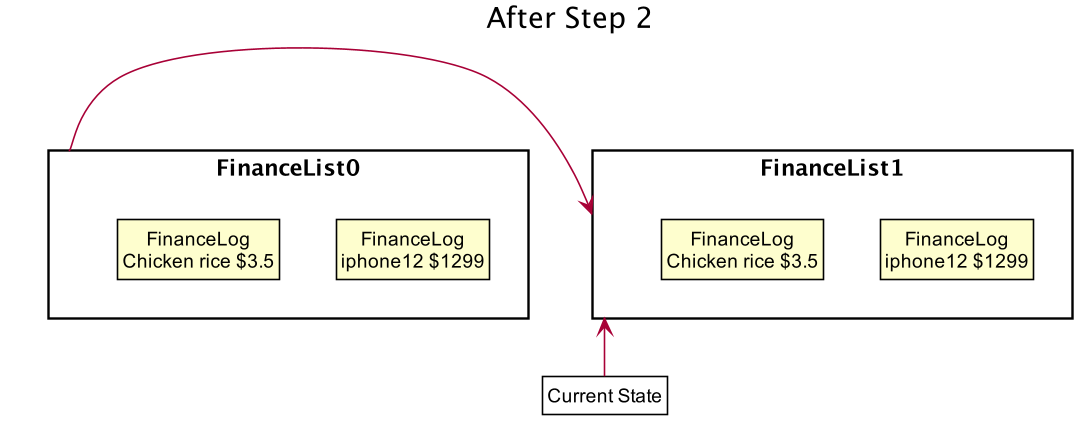
nus-cs2113-AY2021S1/tp keeps this PlantUML diagram as docs/financeDiagramPic/1-2S2.png. Above is the earlier version. Its diagram source:
```plantuml
@startuml





skinparam BackgroundColor #FFFFFFF

skinparam Shadowing false

skinparam Class {
    FontColor #FFFFFF
    BorderThickness 1
    BorderColor #FFFFFF
    StereotypeFontColor #FFFFFF
    FontName Arial
}

skinparam Actor {
    BorderColor #000000
    Color #000000
    FontName Arial
}

skinparam Sequence {
    MessageAlign center
    BoxFontSize 15
    BoxPadding 0
    BoxFontColor #FFFFFF
    FontName Arial
}

skinparam Participant {
    FontColor #FFFFFFF
    Padding 20
}

skinparam MinClassWidth 50
skinparam ParticipantPadding 10
skinparam Shadowing false
skinparam DefaultTextAlignment center
skinparam packageStyle Rectangle

hide footbox
hide members
hide circle
skinparam ClassFontColor #000000
skinparam ClassBorderColor #000000

title After Step 2

package FinanceList0 {
    class State1 as "FinanceLog\niphone12 $1299"
    class State2 as "FinanceLog\nChicken rice $3.5"
}
package FinanceList1 {
    class State3 as "FinanceLog\niphone12 $1299"
    class State4 as "FinanceLog\nChicken rice $3.5"
}


FinanceList0 -left->FinanceList1


class Pointer as "Current State" #FFFFF
Pointer -up-> FinanceList1


@enduml
```
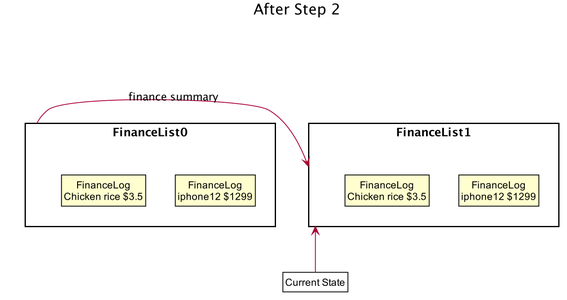
The same file after the commit.

Change to the diagram source:
```diff
@@ -59,7 +59,7 @@
 }
 
 
-FinanceList0 -left->FinanceList1
+FinanceList0 -left->FinanceList1:finance summary
 
 
 class Pointer as "Current State" #FFFFF
```
